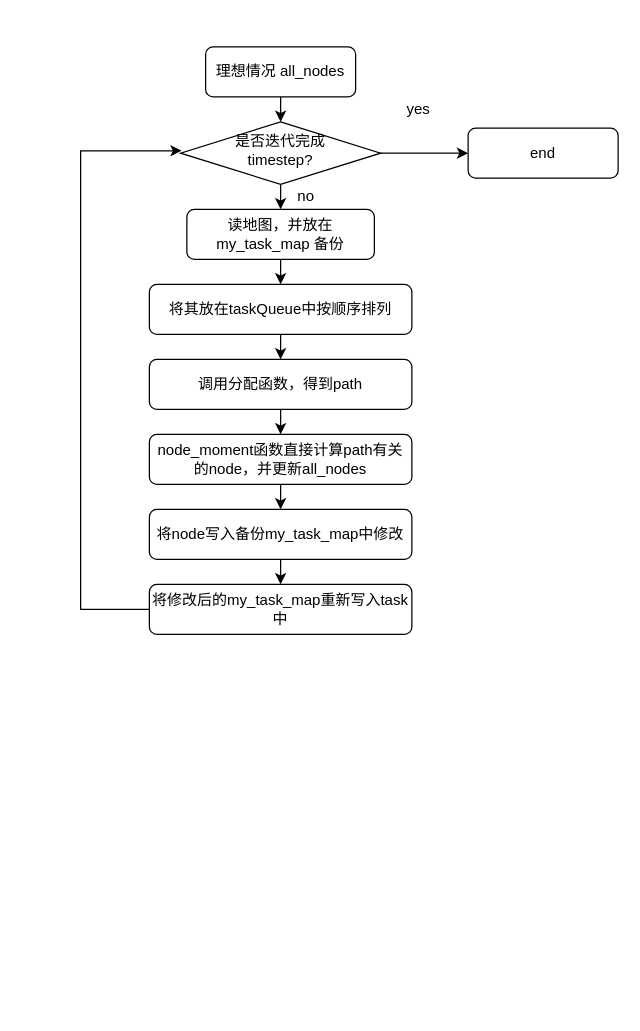
This is examples/code.drawio from liushuown/MCA-RMCA, a draw.io file, before an edit. Source tidied: cells renumbered, new cells numbered last; positions are measured from the earlier drawing's top-left corner, leaving out a move shared by most shapes. Both pictures are drawn from the tidied source at 125%, with x=0, y=0 at pixel (80, 46).
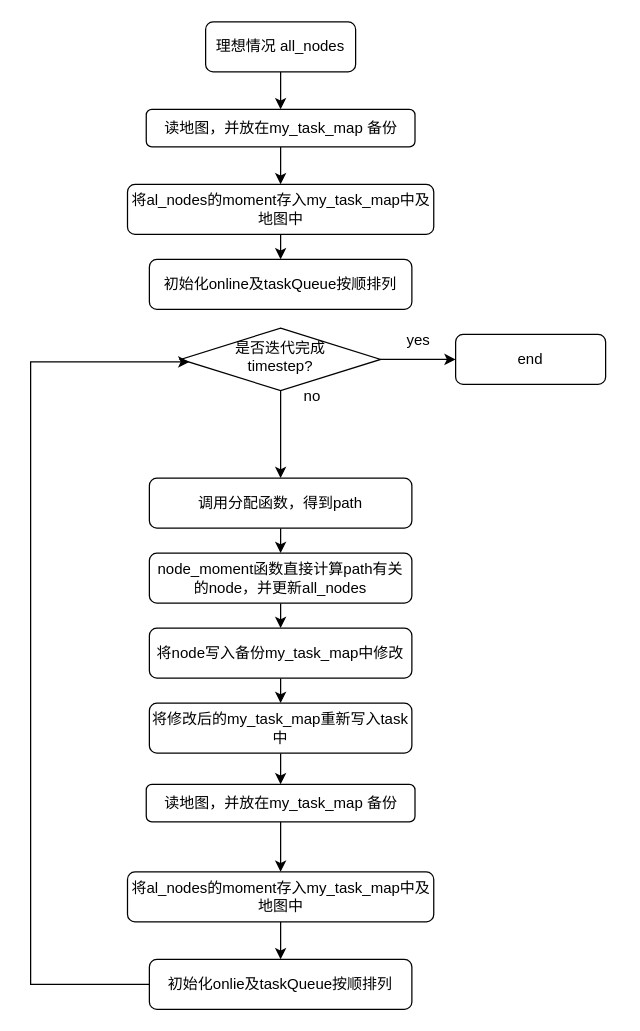
Above is the later version.

The edit, as a diff of the source:
```diff
@@
-    <mxCell id="2" style="edgeStyle=orthogonalEdgeStyle;rounded=0;jettySize=auto;html=1;exitX=0.5;exitY=1;exitDx=0;exitDy=0;entryX=0.5;entryY=0;entryDx=0;entryDy=0;" parent="1" edge="1" source="3" target="6">
-      <mxGeometry relative="1" as="geometry" />
-    </mxCell>
+    <mxCell id="22" style="edgeStyle=orthogonalEdgeStyle;rounded=0;jettySize=auto;html=1;entryX=0.5;entryY=0;entryDx=0;entryDy=0;" parent="1" edge="1" source="3" target="26">
+      <mxGeometry relative="1" as="geometry" />
+    </mxCell>
     <mxCell id="3" value="理想情况 all_nodes" style="rounded=1;whiteSpace=wrap;html=1;fontSize=12;glass=0;strokeWidth=1;shadow=0;" parent="1" vertex="1">
-      <mxGeometry x="100" width="120" height="40" as="geometry" />
+      <mxGeometry x="100" y="-20" width="120" height="40" as="geometry" />
     </mxCell>
@@
-    <mxCell id="5" style="edgeStyle=orthogonalEdgeStyle;rounded=0;jettySize=auto;html=1;exitX=0.5;exitY=1;exitDx=0;exitDy=0;entryX=0.5;entryY=0;entryDx=0;entryDy=0;" parent="1" edge="1" source="6" target="11">
-      <mxGeometry relative="1" as="geometry" />
-    </mxCell>
+    <mxCell id="23" style="edgeStyle=orthogonalEdgeStyle;rounded=0;jettySize=auto;html=1;exitX=0.5;exitY=1;exitDx=0;exitDy=0;entryX=0.5;entryY=0;entryDx=0;entryDy=0;" parent="1" edge="1" source="6" target="15">
+      <mxGeometry relative="1" as="geometry" />
+    </mxCell>
     <mxCell id="6" value="&lt;div&gt;是否迭代完成&lt;/div&gt;&lt;div&gt;timestep?&lt;br&gt;&lt;/div&gt;" style="rhombus;whiteSpace=wrap;html=1;shadow=0;fontFamily=Helvetica;fontSize=12;align=center;strokeWidth=1;spacing=6;spacingTop=-4;" parent="1" vertex="1">
-      <mxGeometry x="80" y="60" width="160" height="50" as="geometry" />
+      <mxGeometry x="80" y="225" width="160" height="50" as="geometry" />
     </mxCell>
     <mxCell id="7" value="end" style="rounded=1;whiteSpace=wrap;html=1;fontSize=12;glass=0;strokeWidth=1;shadow=0;" parent="1" vertex="1">
-      <mxGeometry x="310" y="65" width="120" height="40" as="geometry" />
+      <mxGeometry x="300" y="230" width="120" height="40" as="geometry" />
     </mxCell>
-    <mxCell id="8" style="edgeStyle=orthogonalEdgeStyle;rounded=0;jettySize=auto;html=1;exitX=0.5;exitY=1;exitDx=0;exitDy=0;entryX=0.5;entryY=0;entryDx=0;entryDy=0;" parent="1" edge="1" source="9" target="15">
-      <mxGeometry relative="1" as="geometry" />
-    </mxCell>
-    <mxCell id="9" value="将其放在taskQueue中按顺序排列" style="rounded=1;whiteSpace=wrap;html=1;fontSize=12;glass=0;strokeWidth=1;shadow=0;" parent="1" vertex="1">
-      <mxGeometry x="55" y="190" width="210" height="40" as="geometry" />
-    </mxCell>
-    <mxCell id="10" style="edgeStyle=orthogonalEdgeStyle;rounded=0;jettySize=auto;html=1;exitX=0.5;exitY=1;exitDx=0;exitDy=0;entryX=0.5;entryY=0;entryDx=0;entryDy=0;" parent="1" edge="1" source="11" target="9">
-      <mxGeometry relative="1" as="geometry" />
-    </mxCell>
-    <mxCell id="11" value="读地图，并放在my_task_map 备份" style="rounded=1;whiteSpace=wrap;html=1;fontSize=12;glass=0;strokeWidth=1;shadow=0;" parent="1" vertex="1">
-      <mxGeometry x="85" y="130" width="150" height="40" as="geometry" />
-    </mxCell>
     <mxCell id="12" value="yes" style="text;html=1;align=center;verticalAlign=middle;strokeColor=none;fillColor=none;" parent="1" vertex="1">
-      <mxGeometry x="255" y="40" width="30" height="20" as="geometry" />
+      <mxGeometry x="255" y="225" width="30" height="20" as="geometry" />
     </mxCell>
     <mxCell id="13" value="no" style="text;html=1;align=center;verticalAlign=middle;strokeColor=none;fillColor=none;" parent="1" vertex="1">
-      <mxGeometry x="165" y="110" width="30" height="20" as="geometry" />
+      <mxGeometry x="170" y="270" width="30" height="20" as="geometry" />
     </mxCell>
@@
     <mxCell id="15" value="调用分配函数，得到path" style="rounded=1;whiteSpace=wrap;html=1;fontSize=12;glass=0;strokeWidth=1;shadow=0;" parent="1" vertex="1">
-      <mxGeometry x="55" y="250" width="210" height="40" as="geometry" />
+      <mxGeometry x="55" y="345" width="210" height="40" as="geometry" />
     </mxCell>
@@
     <mxCell id="17" value="node_moment函数直接计算path有关的node，并更新all_nodes" style="rounded=1;whiteSpace=wrap;html=1;fontSize=12;glass=0;strokeWidth=1;shadow=0;" parent="1" vertex="1">
-      <mxGeometry x="55" y="310" width="210" height="40" as="geometry" />
+      <mxGeometry x="55" y="405" width="210" height="40" as="geometry" />
     </mxCell>
@@
     <mxCell id="19" value="将node写入备份my_task_map中修改" style="rounded=1;whiteSpace=wrap;html=1;fontSize=12;glass=0;strokeWidth=1;shadow=0;" parent="1" vertex="1">
-      <mxGeometry x="55" y="370" width="210" height="40" as="geometry" />
+      <mxGeometry x="55" y="465" width="210" height="40" as="geometry" />
     </mxCell>
-    <mxCell id="20" style="edgeStyle=orthogonalEdgeStyle;rounded=0;jettySize=auto;html=1;entryX=0.005;entryY=0.463;entryDx=0;entryDy=0;entryPerimeter=0;" parent="1" edge="1" source="21" target="6">
-      <mxGeometry relative="1" as="geometry">
-        <Array as="points">
-          <mxPoint y="450" />
-          <mxPoint y="83" />
-        </Array>
-      </mxGeometry>
-    </mxCell>
+    <mxCell id="24" style="edgeStyle=orthogonalEdgeStyle;rounded=0;jettySize=auto;html=1;entryX=0.5;entryY=0;entryDx=0;entryDy=0;" parent="1" edge="1" source="21" target="28">
+      <mxGeometry relative="1" as="geometry" />
+    </mxCell>
     <mxCell id="21" value="将修改后的my_task_map重新写入task中" style="rounded=1;whiteSpace=wrap;html=1;fontSize=12;glass=0;strokeWidth=1;shadow=0;" parent="1" vertex="1">
-      <mxGeometry x="55" y="430" width="210" height="40" as="geometry" />
+      <mxGeometry x="55" y="525" width="210" height="40" as="geometry" />
     </mxCell>
+    <mxCell id="25" style="edgeStyle=orthogonalEdgeStyle;rounded=0;jettySize=auto;html=1;entryX=0.5;entryY=0;entryDx=0;entryDy=0;" parent="1" edge="1" source="26" target="33">
+      <mxGeometry relative="1" as="geometry" />
+    </mxCell>
+    <mxCell id="26" value="读地图，并放在my_task_map 备份" style="rounded=1;whiteSpace=wrap;html=1;fontSize=12;glass=0;strokeWidth=1;shadow=0;" parent="1" vertex="1">
+      <mxGeometry x="52.5" y="50" width="215" height="30" as="geometry" />
+    </mxCell>
+    <mxCell id="27" style="edgeStyle=orthogonalEdgeStyle;rounded=0;jettySize=auto;html=1;entryX=0.5;entryY=0;entryDx=0;entryDy=0;" parent="1" edge="1" source="28" target="35">
+      <mxGeometry relative="1" as="geometry" />
+    </mxCell>
+    <mxCell id="28" value="读地图，并放在my_task_map 备份" style="rounded=1;whiteSpace=wrap;html=1;fontSize=12;glass=0;strokeWidth=1;shadow=0;" parent="1" vertex="1">
+      <mxGeometry x="52.5" y="590" width="215" height="30" as="geometry" />
+    </mxCell>
+    <mxCell id="29" value="初始化online及taskQueue按顺排列" style="rounded=1;whiteSpace=wrap;html=1;fontSize=12;glass=0;strokeWidth=1;shadow=0;" parent="1" vertex="1">
+      <mxGeometry x="55" y="170" width="210" height="40" as="geometry" />
+    </mxCell>
+    <mxCell id="30" style="edgeStyle=orthogonalEdgeStyle;rounded=0;jettySize=auto;html=1;entryX=0.044;entryY=0.54;entryDx=0;entryDy=0;entryPerimeter=0;" parent="1" edge="1" source="31" target="6">
+      <mxGeometry relative="1" as="geometry">
+        <Array as="points">
+          <mxPoint x="-40" y="750" />
+          <mxPoint x="-40" y="252" />
+        </Array>
+      </mxGeometry>
+    </mxCell>
+    <mxCell id="31" value="初始化onlie及taskQueue按顺排列" style="rounded=1;whiteSpace=wrap;html=1;fontSize=12;glass=0;strokeWidth=1;shadow=0;" parent="1" vertex="1">
+      <mxGeometry x="55" y="730" width="210" height="40" as="geometry" />
+    </mxCell>
+    <mxCell id="32" style="edgeStyle=orthogonalEdgeStyle;rounded=0;jettySize=auto;html=1;exitX=0.5;exitY=1;exitDx=0;exitDy=0;entryX=0.5;entryY=0;entryDx=0;entryDy=0;" parent="1" edge="1" source="33" target="29">
+      <mxGeometry relative="1" as="geometry" />
+    </mxCell>
+    <mxCell id="33" value="将al_nodes的moment存入my_task_map中及地图中" style="rounded=1;whiteSpace=wrap;html=1;fontSize=12;glass=0;strokeWidth=1;shadow=0;" parent="1" vertex="1">
+      <mxGeometry x="37.5" y="110" width="245" height="40" as="geometry" />
+    </mxCell>
+    <mxCell id="34" style="edgeStyle=orthogonalEdgeStyle;rounded=0;jettySize=auto;html=1;entryX=0.5;entryY=0;entryDx=0;entryDy=0;" parent="1" edge="1" source="35" target="31">
+      <mxGeometry relative="1" as="geometry" />
+    </mxCell>
+    <mxCell id="35" value="将al_nodes的moment存入my_task_map中及地图中" style="rounded=1;whiteSpace=wrap;html=1;fontSize=12;glass=0;strokeWidth=1;shadow=0;" parent="1" vertex="1">
+      <mxGeometry x="37.5" y="660" width="245" height="40" as="geometry" />
+    </mxCell>
```
